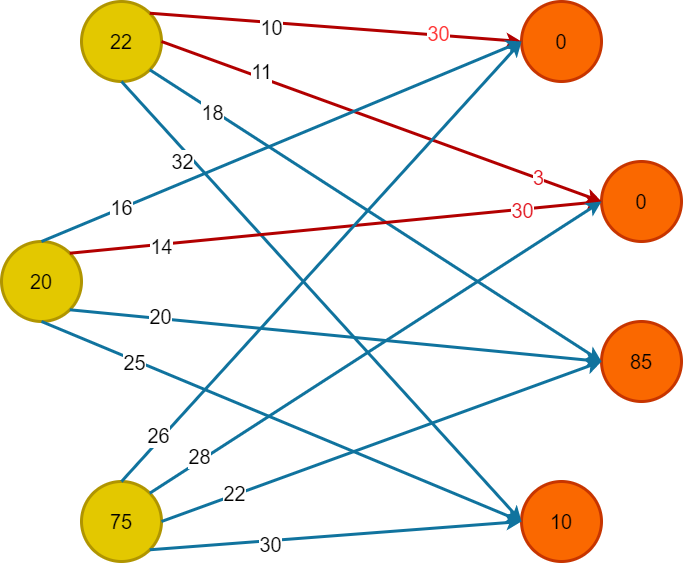
Above: Диаграмма без названия.drawio.png in Che10vec/temp (draw.io), before the change. Source tidied: cells renumbered, new cells last; positions are measured from the earlier drawing's top-left corner, leaving out a move shared by most shapes.
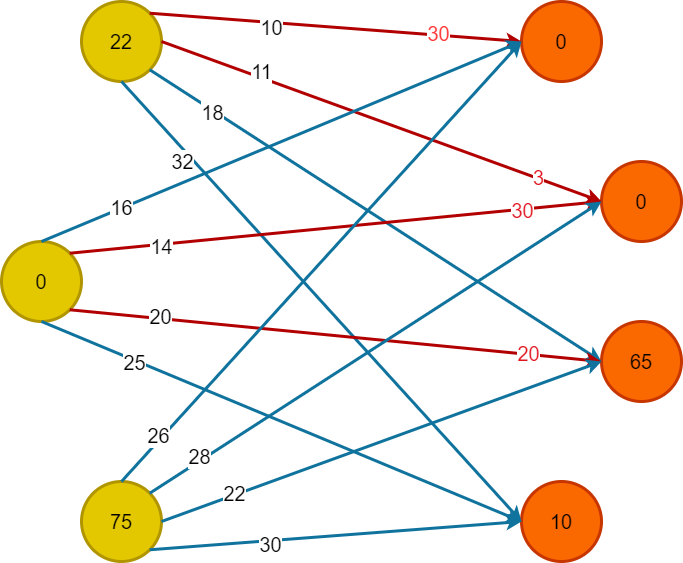
The same file after the commit.

Change to the diagram source:
```diff
@@ -8,13 +8,13 @@
     <mxCell id="3" value="0" style="ellipse;whiteSpace=wrap;html=1;strokeWidth=3;fillColor=#fa6800;strokeColor=#C73500;fontColor=#000000;fontSize=20;" parent="1" vertex="1">
       <mxGeometry x="520" width="80" height="80" as="geometry" />
     </mxCell>
-    <mxCell id="4" value="20" style="ellipse;whiteSpace=wrap;html=1;fillColor=#e3c800;strokeColor=#B09500;strokeWidth=3;fontColor=#000000;fontSize=20;" parent="1" vertex="1">
+    <mxCell id="4" value="0" style="ellipse;whiteSpace=wrap;html=1;fillColor=#e3c800;strokeColor=#B09500;strokeWidth=3;fontColor=#000000;fontSize=20;" parent="1" vertex="1">
       <mxGeometry y="240" width="80" height="80" as="geometry" />
     </mxCell>
     <mxCell id="5" value="0" style="ellipse;whiteSpace=wrap;html=1;strokeWidth=3;fillColor=#fa6800;strokeColor=#C73500;fontColor=#000000;fontSize=20;" parent="1" vertex="1">
       <mxGeometry x="600" y="160" width="80" height="80" as="geometry" />
     </mxCell>
-    <mxCell id="6" value="85" style="ellipse;whiteSpace=wrap;html=1;strokeWidth=3;fillColor=#fa6800;strokeColor=#C73500;fontColor=#000000;fontSize=20;" parent="1" vertex="1">
+    <mxCell id="6" value="65" style="ellipse;whiteSpace=wrap;html=1;strokeWidth=3;fillColor=#fa6800;strokeColor=#C73500;fontColor=#000000;fontSize=20;" parent="1" vertex="1">
       <mxGeometry x="600" y="320" width="80" height="80" as="geometry" />
     </mxCell>
     <mxCell id="7" value="75" style="ellipse;whiteSpace=wrap;html=1;fillColor=#e3c800;strokeColor=#B09500;strokeWidth=3;fontColor=#000000;fontSize=20;" parent="1" vertex="1">
@@ -92,12 +92,15 @@
     <mxCell id="27" value="30" style="edgeLabel;html=1;align=center;verticalAlign=middle;fontSize=20;fontColor=#e1141e;" parent="25" vertex="1">
       <mxGeometry x="0.7" y="-1" relative="1" as="geometry" />
     </mxCell>
-    <mxCell id="28" style="endArrow=classic;html=1;rounded=0;exitX=1;exitY=1;exitDx=0;exitDy=0;entryX=0;entryY=0.5;entryDx=0;entryDy=0;fillColor=#b1ddf0;strokeColor=#10739e;strokeWidth=3;fontSize=20;" parent="1" edge="1" source="4" target="6">
+    <mxCell id="28" style="endArrow=classic;html=1;rounded=0;exitX=1;exitY=1;exitDx=0;exitDy=0;entryX=0;entryY=0.5;entryDx=0;entryDy=0;fillColor=#e51400;strokeColor=#B20000;strokeWidth=3;fontSize=20;" parent="1" edge="1" source="4" target="6">
       <mxGeometry relative="1" as="geometry" />
     </mxCell>
     <mxCell id="29" value="20" style="edgeLabel;html=1;align=center;verticalAlign=middle;fontSize=20;" parent="28" vertex="1">
       <mxGeometry x="-0.66" y="3" relative="1" as="geometry" />
     </mxCell>
+    <mxCell id="36" value="20" style="edgeLabel;html=1;align=center;verticalAlign=middle;fontSize=20;fontColor=#e1141e;" parent="28" vertex="1">
+      <mxGeometry x="0.72" y="1" relative="1" as="geometry" />
+    </mxCell>
     <mxCell id="30" style="endArrow=classic;html=1;rounded=0;exitX=0.5;exitY=0;exitDx=0;exitDy=0;entryX=0;entryY=0.5;entryDx=0;entryDy=0;fillColor=#b1ddf0;strokeColor=#10739e;strokeWidth=3;fontSize=20;" parent="1" edge="1" source="7" target="3">
       <mxGeometry relative="1" as="geometry" />
     </mxCell>
```
